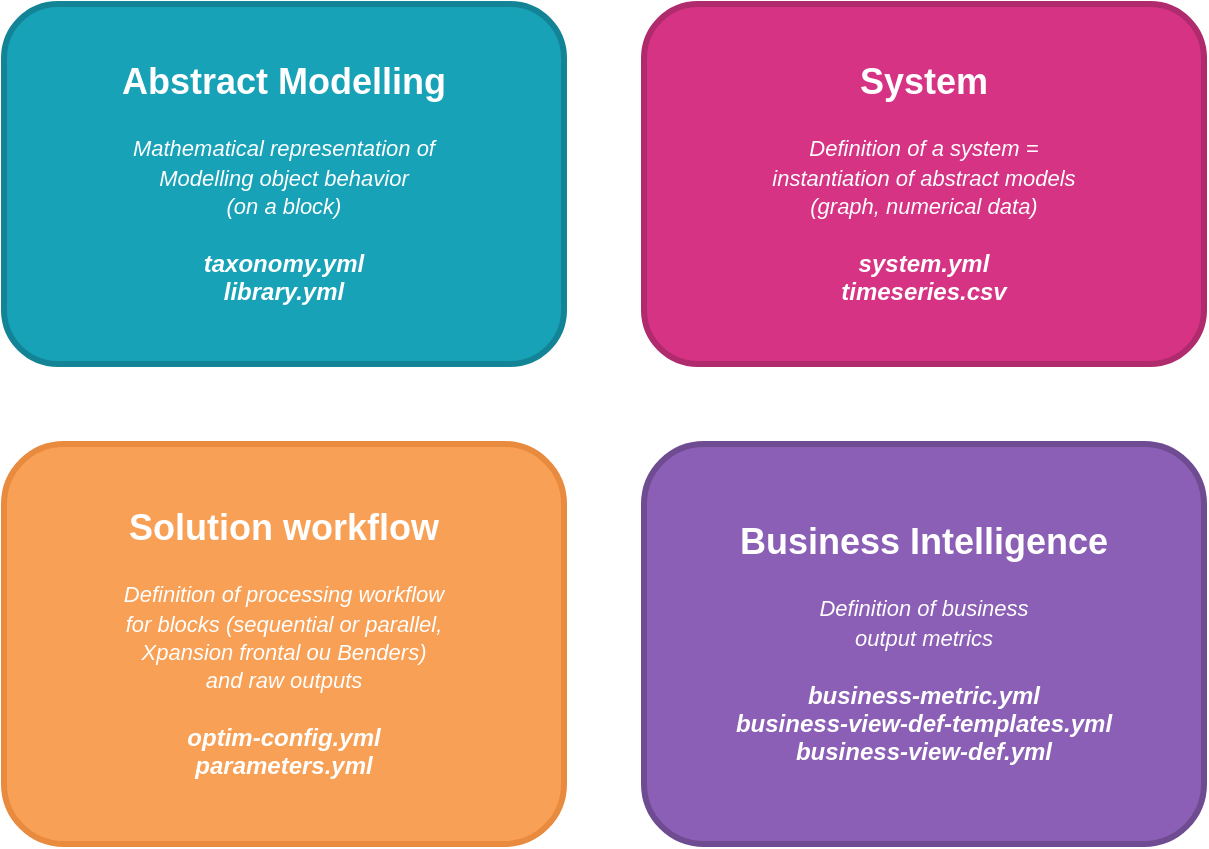
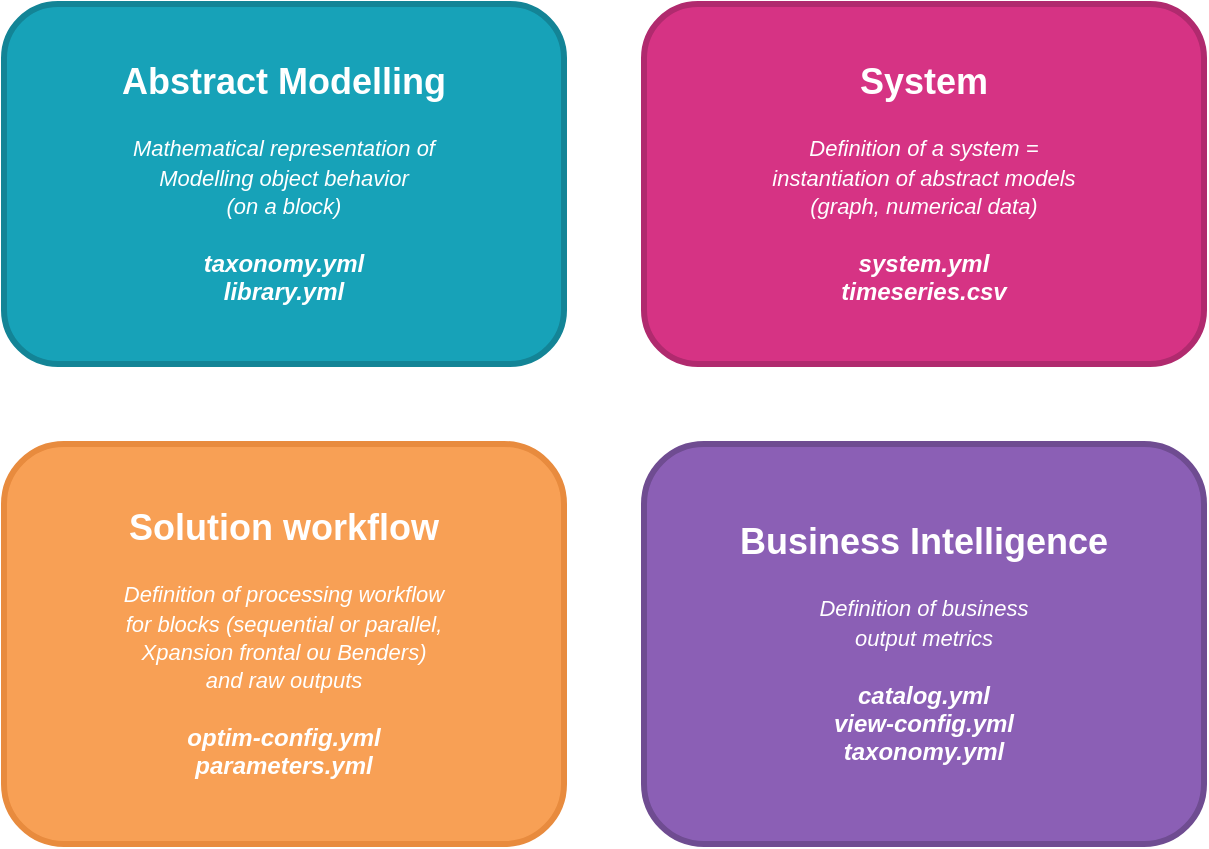
- <mxfile host="Electron" agent="Mozilla/5.0 (X11; Linux x86_64) AppleWebKit/537.36 (KHTML, like Gecko) draw.io/29.0.3 Chrome/140.0.7339.249 Electron/38.7.0 Safari/537.36" version="29.0.3">
+ <mxfile host="Electron" agent="Mozilla/5.0 (X11; Linux x86_64) AppleWebKit/537.36 (KHTML, like Gecko) draw.io/29.0.3 Chrome/140.0.7339.249 Electron/38.7.0 Safari/537.36">
  <diagram name="Page-1" id="T_1yBy0fk1BDiab0jGVp">
-     <mxGraphModel dx="1665" dy="824" grid="1" gridSize="10" guides="1" tooltips="1" connect="1" arrows="1" fold="1" page="1" pageScale="1" pageWidth="827" pageHeight="1169" math="0" shadow="0">
+     <mxGraphModel dx="1574" dy="785" grid="1" gridSize="10" guides="1" tooltips="1" connect="1" arrows="1" fold="1" page="1" pageScale="1" pageWidth="827" pageHeight="1169" math="0" shadow="0">
      <root>
        <mxCell id="0" />
        <mxCell id="1" parent="0" />
-         <mxCell id="box-1" value="&lt;b&gt;&lt;font style=&quot;font-size: 18px; color: rgb(255, 255, 255);&quot;&gt;Abstract Modelling&lt;/font&gt;&lt;/b&gt;&lt;br&gt;&lt;br&gt;&lt;font style=&quot;font-size: 11px; color: rgb(255, 255, 255);&quot;&gt;&lt;i&gt;Mathematical representation of&lt;br&gt;Modelling object behavior&lt;br&gt;(on a block)&lt;/i&gt;&lt;/font&gt;&lt;br&gt;&lt;br&gt;&lt;font style=&quot;font-size: 12px; color: rgb(255, 255, 255);&quot;&gt;&lt;i&gt;&lt;b&gt;taxonomy.yml&lt;br&gt;library.yml&lt;/b&gt;&lt;/i&gt;&lt;/font&gt;" style="rounded=1;whiteSpace=wrap;html=1;fillColor=#17a2b8;strokeColor=#138496;strokeWidth=3;" parent="1" vertex="1">
-           <mxGeometry x="40" y="20" width="280" height="180" as="geometry" />
+         <mxCell id="box-1" parent="1" style="rounded=1;whiteSpace=wrap;html=1;fillColor=#17a2b8;strokeColor=#138496;strokeWidth=3;" value="&lt;b&gt;&lt;font style=&quot;font-size: 18px; color: rgb(255, 255, 255);&quot;&gt;Abstract Modelling&lt;/font&gt;&lt;/b&gt;&lt;br&gt;&lt;br&gt;&lt;font style=&quot;font-size: 11px; color: rgb(255, 255, 255);&quot;&gt;&lt;i&gt;Mathematical representation of&lt;br&gt;Modelling object behavior&lt;br&gt;(on a block)&lt;/i&gt;&lt;/font&gt;&lt;br&gt;&lt;br&gt;&lt;font style=&quot;font-size: 12px; color: rgb(255, 255, 255);&quot;&gt;&lt;i&gt;&lt;b&gt;taxonomy.yml&lt;br&gt;library.yml&lt;/b&gt;&lt;/i&gt;&lt;/font&gt;" vertex="1">
+           <mxGeometry height="180" width="280" x="40" y="20" as="geometry" />
        </mxCell>
-         <mxCell id="box-2" value="&lt;b&gt;&lt;font style=&quot;font-size: 18px; color: rgb(255, 255, 255);&quot;&gt;System&lt;/font&gt;&lt;/b&gt;&lt;br&gt;&lt;br&gt;&lt;font style=&quot;font-size: 11px; color: rgb(255, 255, 255);&quot;&gt;&lt;i&gt;Definition of a system =&lt;br&gt;instantiation of abstract models&lt;br&gt;(graph, numerical data)&lt;/i&gt;&lt;/font&gt;&lt;br&gt;&lt;br&gt;&lt;font style=&quot;font-size: 12px; color: rgb(255, 255, 255);&quot;&gt;&lt;i&gt;&lt;b&gt;system.yml&lt;br&gt;timeseries.csv&lt;/b&gt;&lt;/i&gt;&lt;/font&gt;" style="rounded=1;whiteSpace=wrap;html=1;fillColor=#d63384;strokeColor=#b02a6e;strokeWidth=3;" parent="1" vertex="1">
-           <mxGeometry x="360" y="20" width="280" height="180" as="geometry" />
+         <mxCell id="box-2" parent="1" style="rounded=1;whiteSpace=wrap;html=1;fillColor=#d63384;strokeColor=#b02a6e;strokeWidth=3;" value="&lt;b&gt;&lt;font style=&quot;font-size: 18px; color: rgb(255, 255, 255);&quot;&gt;System&lt;/font&gt;&lt;/b&gt;&lt;br&gt;&lt;br&gt;&lt;font style=&quot;font-size: 11px; color: rgb(255, 255, 255);&quot;&gt;&lt;i&gt;Definition of a system =&lt;br&gt;instantiation of abstract models&lt;br&gt;(graph, numerical data)&lt;/i&gt;&lt;/font&gt;&lt;br&gt;&lt;br&gt;&lt;font style=&quot;font-size: 12px; color: rgb(255, 255, 255);&quot;&gt;&lt;i&gt;&lt;b&gt;system.yml&lt;br&gt;timeseries.csv&lt;/b&gt;&lt;/i&gt;&lt;/font&gt;" vertex="1">
+           <mxGeometry height="180" width="280" x="360" y="20" as="geometry" />
        </mxCell>
-         <mxCell id="box-3" value="&lt;b&gt;&lt;font style=&quot;font-size: 18px; color: rgb(255, 255, 255);&quot;&gt;Solution workflow&lt;/font&gt;&lt;/b&gt;&lt;br&gt;&lt;br&gt;&lt;font style=&quot;font-size: 11px; color: rgb(255, 255, 255);&quot;&gt;&lt;i&gt;Definition of processing workflow&lt;br&gt;for blocks (sequential or parallel,&lt;br&gt;Xpansion frontal ou Benders)&lt;br&gt;and raw outputs&lt;/i&gt;&lt;/font&gt;&lt;br&gt;&lt;br&gt;&lt;font style=&quot;font-size: 12px; color: rgb(255, 255, 255);&quot;&gt;&lt;i&gt;&lt;b&gt;optim-config.yml&lt;br&gt;parameters.yml&lt;/b&gt;&lt;/i&gt;&lt;/font&gt;" style="rounded=1;whiteSpace=wrap;html=1;fillColor=#f8a055;strokeColor=#e88b3e;strokeWidth=3;" parent="1" vertex="1">
-           <mxGeometry x="40" y="240" width="280" height="200" as="geometry" />
+         <mxCell id="box-3" parent="1" style="rounded=1;whiteSpace=wrap;html=1;fillColor=#f8a055;strokeColor=#e88b3e;strokeWidth=3;" value="&lt;b&gt;&lt;font style=&quot;font-size: 18px; color: rgb(255, 255, 255);&quot;&gt;Solution workflow&lt;/font&gt;&lt;/b&gt;&lt;br&gt;&lt;br&gt;&lt;font style=&quot;font-size: 11px; color: rgb(255, 255, 255);&quot;&gt;&lt;i&gt;Definition of processing workflow&lt;br&gt;for blocks (sequential or parallel,&lt;br&gt;Xpansion frontal ou Benders)&lt;br&gt;and raw outputs&lt;/i&gt;&lt;/font&gt;&lt;br&gt;&lt;br&gt;&lt;font style=&quot;font-size: 12px; color: rgb(255, 255, 255);&quot;&gt;&lt;i&gt;&lt;b&gt;optim-config.yml&lt;br&gt;parameters.yml&lt;/b&gt;&lt;/i&gt;&lt;/font&gt;" vertex="1">
+           <mxGeometry height="200" width="280" x="40" y="240" as="geometry" />
        </mxCell>
-         <mxCell id="box-4" value="&lt;b&gt;&lt;font style=&quot;font-size: 18px; color: rgb(255, 255, 255);&quot;&gt;Business Intelligence&lt;/font&gt;&lt;/b&gt;&lt;br&gt;&lt;br&gt;&lt;font style=&quot;font-size: 11px; color: rgb(255, 255, 255);&quot;&gt;&lt;i&gt;Definition of business&lt;br&gt;output metrics&lt;/i&gt;&lt;/font&gt;&lt;br&gt;&lt;br&gt;&lt;font style=&quot;font-size: 12px; color: rgb(255, 255, 255);&quot;&gt;&lt;i&gt;&lt;b&gt;business-metric.yml&lt;br&gt;business-view-def-templates.yml&lt;br&gt;business-view-def.yml&lt;/b&gt;&lt;/i&gt;&lt;/font&gt;" style="rounded=1;whiteSpace=wrap;html=1;fillColor=#8b5fb5;strokeColor=#6f4c91;strokeWidth=3;" parent="1" vertex="1">
-           <mxGeometry x="360" y="240" width="280" height="200" as="geometry" />
+         <mxCell id="box-4" parent="1" style="rounded=1;whiteSpace=wrap;html=1;fillColor=#8b5fb5;strokeColor=#6f4c91;strokeWidth=3;" value="&lt;b&gt;&lt;font style=&quot;font-size: 18px; color: rgb(255, 255, 255);&quot;&gt;Business Intelligence&lt;/font&gt;&lt;/b&gt;&lt;br&gt;&lt;br&gt;&lt;font style=&quot;font-size: 11px; color: rgb(255, 255, 255);&quot;&gt;&lt;i&gt;Definition of business&lt;br&gt;output metrics&lt;/i&gt;&lt;/font&gt;&lt;br&gt;&lt;br&gt;&lt;font style=&quot;font-size: 12px; color: rgb(255, 255, 255);&quot;&gt;&lt;i&gt;&lt;b&gt;catalog.yml&lt;br&gt;view-config.yml&lt;br&gt;taxonomy.yml&lt;/b&gt;&lt;/i&gt;&lt;/font&gt;" vertex="1">
+           <mxGeometry height="200" width="280" x="360" y="240" as="geometry" />
        </mxCell>
      </root>
    </mxGraphModel>
  </diagram>
</mxfile>
